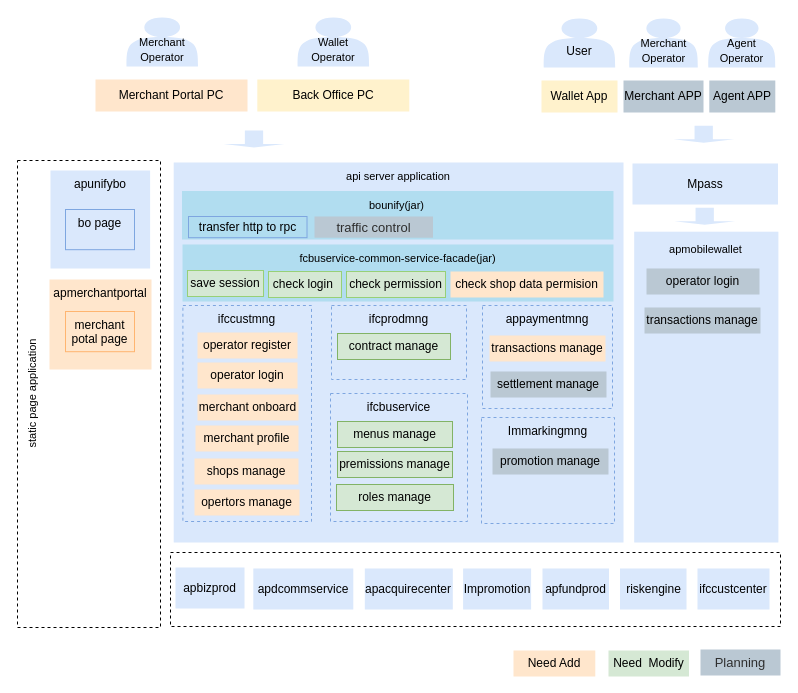
Above: page "架构图" (1 of 2) of Merchant portal.drawio in renqiuming/drawio (draw.io), before the change. Source tidied: cells renumbered, new cells numbered last; positions are measured from the earlier drawing's top-left corner, leaving out a move shared by most shapes. Both pictures are drawn from the tidied source at 100%, with x=0, y=0 at pixel (17, 17).
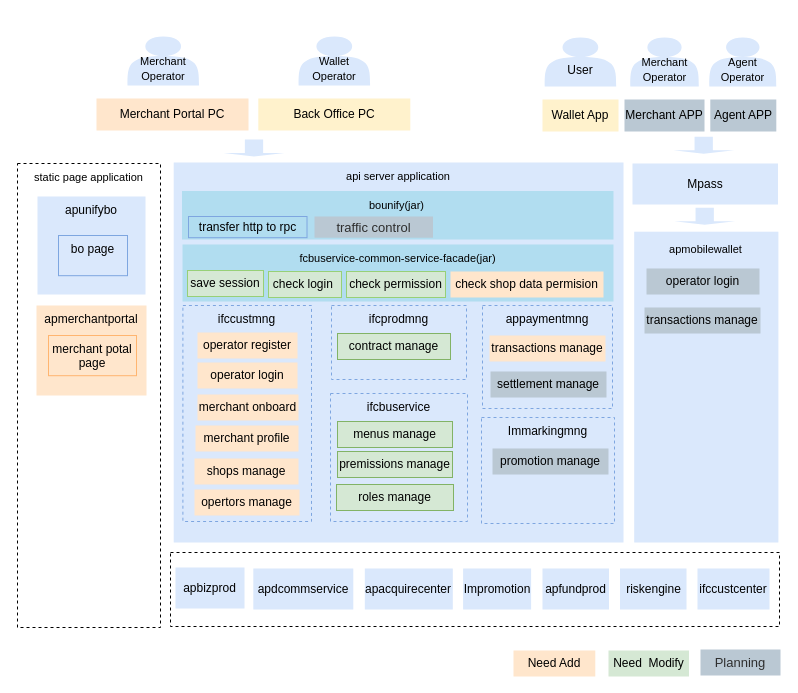
The same diagram, later.

What changed in the source:
```diff
@@
     <mxCell id="3" value="Merchant&amp;nbsp;APP" style="rounded=0;whiteSpace=wrap;html=1;fillColor=#bac8d3;strokeColor=none;" parent="1" vertex="1">
-      <mxGeometry x="606" y="63" width="80" height="32" as="geometry" />
+      <mxGeometry x="607" y="82" width="80" height="32" as="geometry" />
     </mxCell>
@@
     <mxCell id="10" value="&lt;div style=&quot;text-align: start;&quot;&gt;&lt;span style=&quot;caret-color: rgb(46, 46, 46);&quot;&gt;Merchant Portal PC&lt;/span&gt;&lt;/div&gt;" style="rounded=0;whiteSpace=wrap;html=1;fillColor=#ffe6cc;strokeColor=none;" parent="1" vertex="1">
-      <mxGeometry x="78" y="62" width="152" height="32" as="geometry" />
+      <mxGeometry x="79" y="81" width="152" height="32" as="geometry" />
     </mxCell>
     <mxCell id="11" value="&lt;font style=&quot;font-size: 11px;&quot;&gt;&lt;br style=&quot;font-size: 11px;&quot;&gt;Agent&lt;br&gt;Operator&lt;/font&gt;" style="shape=actor;whiteSpace=wrap;html=1;fillColor=#dae8fc;strokeColor=none;" parent="1" vertex="1">
-      <mxGeometry x="690.8" y="1" width="67" height="49" as="geometry" />
+      <mxGeometry x="691.8" y="20" width="67" height="49" as="geometry" />
     </mxCell>
-    <mxCell id="12" value="&lt;div style=&quot;text-align: start;&quot;&gt;&lt;span style=&quot;font-size: 11px; text-align: center;&quot;&gt;static page application&lt;/span&gt;&lt;br&gt;&lt;/div&gt;" style="rounded=0;whiteSpace=wrap;html=1;fillColor=none;dashed=1;verticalAlign=top;horizontal=0;" parent="1" vertex="1">
-      <mxGeometry y="143" width="143" height="467" as="geometry" />
+    <mxCell id="12" value="&lt;div style=&quot;text-align: start;&quot;&gt;&lt;span style=&quot;font-size: 11px; text-align: center;&quot;&gt;static page application&lt;/span&gt;&lt;br&gt;&lt;/div&gt;" style="rounded=0;whiteSpace=wrap;html=1;fillColor=none;dashed=1;verticalAlign=top;horizontal=1;" parent="1" vertex="1">
+      <mxGeometry y="146" width="143" height="464" as="geometry" />
     </mxCell>
@@
     <mxCell id="15" value="Agent APP" style="rounded=0;whiteSpace=wrap;html=1;fillColor=#bac8d3;strokeColor=none;" parent="1" vertex="1">
-      <mxGeometry x="691.8" y="63" width="66" height="32" as="geometry" />
+      <mxGeometry x="692.8" y="82" width="66" height="32" as="geometry" />
     </mxCell>
     <mxCell id="16" value="&lt;font style=&quot;font-size: 11px;&quot;&gt;&lt;br style=&quot;font-size: 11px;&quot;&gt;Merchant &lt;br&gt;Operator&lt;/font&gt;" style="shape=actor;whiteSpace=wrap;html=1;fillColor=#dae8fc;strokeColor=none;" parent="1" vertex="1">
-      <mxGeometry x="109" width="71.5" height="49" as="geometry" />
+      <mxGeometry x="110" y="19" width="71.5" height="49" as="geometry" />
     </mxCell>
     <mxCell id="17" value="&lt;font style=&quot;font-size: 11px;&quot;&gt;&lt;br style=&quot;font-size: 11px;&quot;&gt;Merchant&lt;br&gt;Operator&lt;/font&gt;" style="shape=actor;whiteSpace=wrap;html=1;fillColor=#dae8fc;strokeColor=none;" parent="1" vertex="1">
-      <mxGeometry x="611.8" y="1" width="68.5" height="49" as="geometry" />
+      <mxGeometry x="612.8" y="20" width="68.5" height="49" as="geometry" />
     </mxCell>
     <mxCell id="18" value="&lt;font style=&quot;font-size: 11px;&quot;&gt;&lt;br style=&quot;font-size: 11px;&quot;&gt;Wallet&lt;br&gt;Operator&lt;/font&gt;" style="shape=actor;whiteSpace=wrap;html=1;fillColor=#dae8fc;strokeColor=none;" parent="1" vertex="1">
-      <mxGeometry x="280.1" width="71.5" height="49" as="geometry" />
+      <mxGeometry x="281.1" y="19" width="71.5" height="49" as="geometry" />
     </mxCell>
     <mxCell id="19" value="&lt;div style=&quot;text-align: start;&quot;&gt;&lt;span style=&quot;caret-color: rgb(46, 46, 46);&quot;&gt;Back Office PC&lt;/span&gt;&lt;/div&gt;" style="rounded=0;whiteSpace=wrap;html=1;fillColor=#fff2cc;strokeColor=none;" parent="1" vertex="1">
-      <mxGeometry x="239.8" y="62" width="152" height="32" as="geometry" />
+      <mxGeometry x="240.8" y="81" width="152" height="32" as="geometry" />
     </mxCell>
@@
     <mxCell id="22" style="rounded=0;whiteSpace=wrap;html=1;dashed=1;fillColor=none;" parent="1" vertex="1">
-      <mxGeometry x="153" y="535" width="610" height="74" as="geometry" />
+      <mxGeometry x="153" y="535" width="609" height="74" as="geometry" />
     </mxCell>
@@
     <mxCell id="35" value="&lt;span style=&quot;text-align: start; caret-color: rgb(46, 46, 46);&quot;&gt;apunifybo&lt;/span&gt;" style="rounded=0;whiteSpace=wrap;html=1;fillColor=#dae8fc;verticalAlign=top;strokeColor=none;" parent="1" vertex="1">
-      <mxGeometry x="33" y="153" width="99.6" height="98" as="geometry" />
+      <mxGeometry x="20" y="179" width="108" height="98" as="geometry" />
     </mxCell>
     <mxCell id="36" value="&lt;div style=&quot;&quot;&gt;&lt;span style=&quot;background-color: initial;&quot;&gt;apmerchantportal&lt;/span&gt;&lt;/div&gt;" style="rounded=0;whiteSpace=wrap;html=1;fillColor=#ffe6cc;strokeColor=none;align=center;verticalAlign=top;" parent="1" vertex="1">
-      <mxGeometry x="32" y="262" width="102" height="90" as="geometry" />
+      <mxGeometry x="19" y="288" width="110" height="90" as="geometry" />
     </mxCell>
@@
     <mxCell id="40" style="shape=singleArrow;direction=south;whiteSpace=wrap;html=1;strokeColor=none;fillColor=#dae8fc;" parent="1" vertex="1">
-      <mxGeometry x="206" y="113" width="61" height="17" as="geometry" />
+      <mxGeometry x="206" y="122" width="61" height="17" as="geometry" />
     </mxCell>
     <mxCell id="41" style="shape=singleArrow;direction=south;whiteSpace=wrap;html=1;strokeColor=none;fillColor=#dae8fc;" parent="1" vertex="1">
-      <mxGeometry x="655.7" y="108.2" width="61" height="17" as="geometry" />
+      <mxGeometry x="655.7" y="119.2" width="61" height="17" as="geometry" />
     </mxCell>
@@
     <mxCell id="44" value="&lt;br&gt;User" style="shape=actor;whiteSpace=wrap;html=1;fillColor=#dae8fc;strokeColor=none;" parent="1" vertex="1">
-      <mxGeometry x="526.2" y="1" width="71.5" height="49" as="geometry" />
+      <mxGeometry x="527.2" y="20" width="71.5" height="49" as="geometry" />
     </mxCell>
     <mxCell id="45" value="&lt;div style=&quot;text-align: start;&quot;&gt;&lt;span style=&quot;caret-color: rgb(46, 46, 46);&quot;&gt;Wallet App&lt;/span&gt;&lt;/div&gt;" style="rounded=0;whiteSpace=wrap;html=1;fillColor=#fff2cc;strokeColor=none;" parent="1" vertex="1">
-      <mxGeometry x="524" y="63" width="76" height="32" as="geometry" />
+      <mxGeometry x="525" y="82" width="76" height="32" as="geometry" />
     </mxCell>
     <mxCell id="46" value="merchant potal page" style="rounded=0;whiteSpace=wrap;html=1;fillColor=none;strokeColor=#FFB570;verticalAlign=top;" parent="1" vertex="1">
-      <mxGeometry x="48" y="294" width="69" height="40.2" as="geometry" />
+      <mxGeometry x="31" y="318" width="88" height="40.2" as="geometry" />
     </mxCell>
     <mxCell id="47" value="bo page" style="rounded=0;whiteSpace=wrap;html=1;fillColor=none;strokeColor=#7EA6E0;verticalAlign=top;" parent="1" vertex="1">
-      <mxGeometry x="48" y="192" width="69" height="40.2" as="geometry" />
+      <mxGeometry x="41" y="218" width="69" height="40.2" as="geometry" />
     </mxCell>
```
